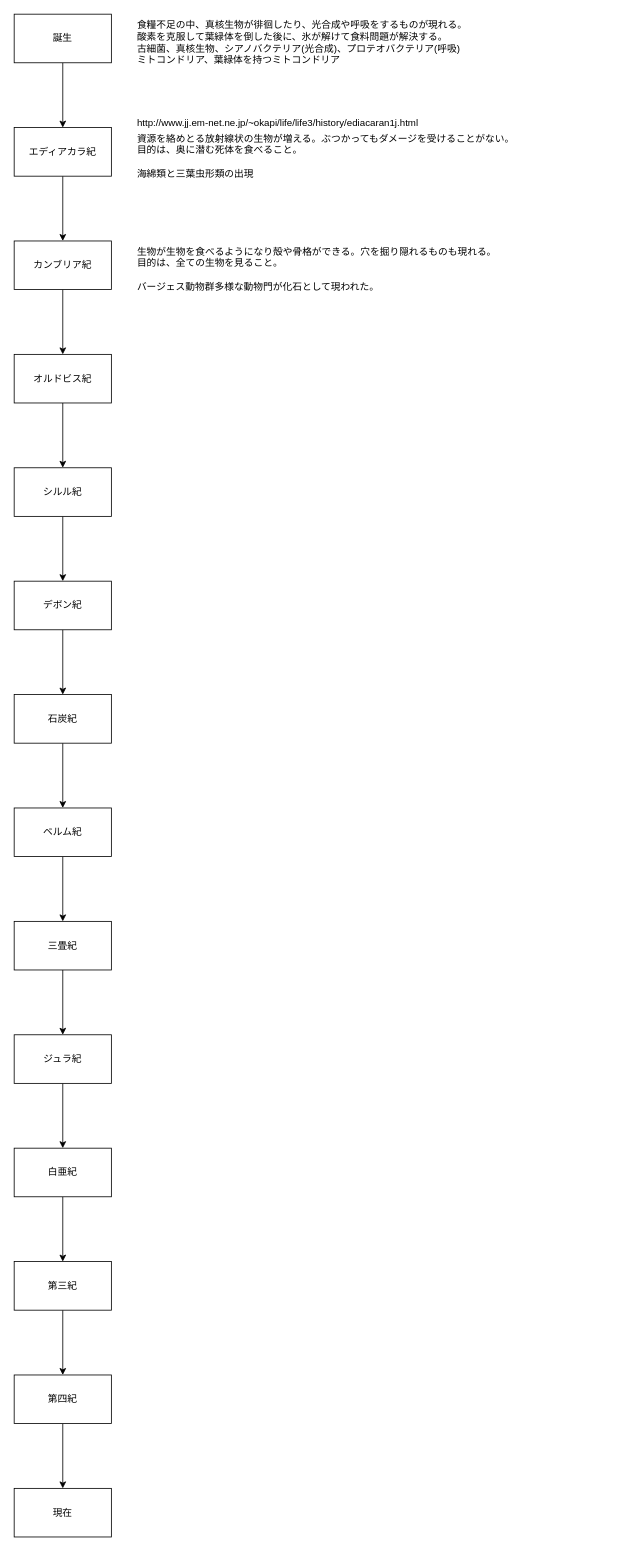
Above: page "全て" (3 of 3) of eater.drawio in idaks1325/eater_design (draw.io), before the change. Source tidied: cells renumbered, new cells numbered last; positions are measured from the earlier drawing's top-left corner, leaving out a move shared by most shapes. Both pictures are drawn from the tidied source at 81%, with x=0, y=0 at pixel (14, 14).
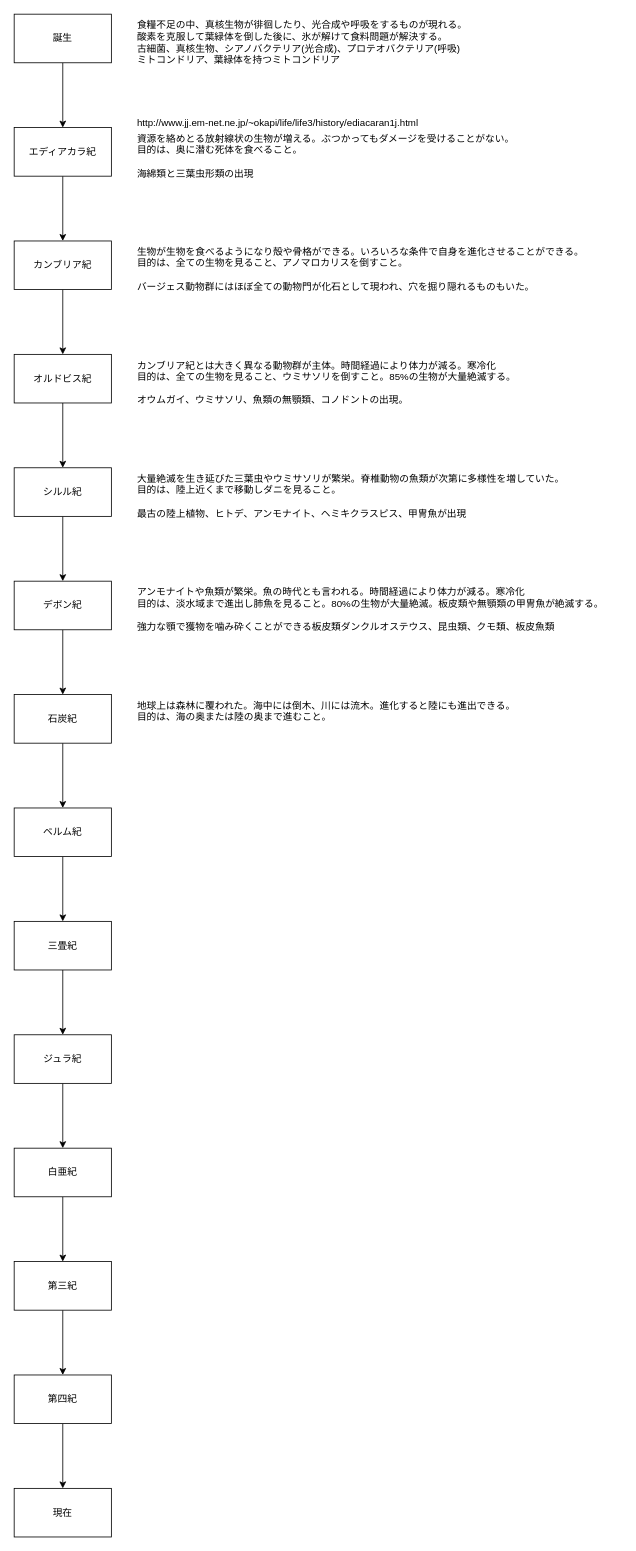
The same diagram, later.

Diff of the diagram source:
```diff
@@
-    <mxCell id="31" value="生物が生物を食べるようになり殻や骨格ができる。穴を掘り隠れるものも現れる。&lt;br&gt;目的は、全ての生物を見ること。&lt;br&gt;&lt;br&gt;バージェス動物群多様な動物門が化石として現われた。" style="text;html=1;strokeColor=none;fillColor=none;align=left;verticalAlign=top;whiteSpace=wrap;rounded=0;" parent="1" vertex="1">
+    <mxCell id="31" value="生物が生物を食べるようになり殻や骨格ができる。いろいろな条件で自身を進化させることができる。&lt;br&gt;目的は、全ての生物を見ること、アノマロカリスを倒すこと。&lt;br&gt;&lt;br&gt;バージェス動物群にはほぼ全ての動物門が化石として現われ、穴を掘り隠れるものもいた。" style="text;html=1;strokeColor=none;fillColor=none;align=left;verticalAlign=top;whiteSpace=wrap;rounded=0;" parent="1" vertex="1">
       <mxGeometry x="150" y="280" width="600" height="60" as="geometry" />
     </mxCell>
@@
+    <mxCell id="33" value="カンブリア紀とは大きく異なる動物群が主体。時間経過により体力が減る。寒冷化&lt;br&gt;目的は、全ての生物を見ること、ウミサソリを倒すこと。85%の生物が大量絶滅する。&lt;br&gt;&lt;br&gt;オウムガイ、ウミサソリ、魚類の無顎類、コノドントの出現。" style="text;html=1;strokeColor=none;fillColor=none;align=left;verticalAlign=top;whiteSpace=wrap;rounded=0;" parent="1" vertex="1">
+      <mxGeometry x="150" y="420" width="600" height="60" as="geometry" />
+    </mxCell>
+    <mxCell id="34" value="大量絶滅を生き延びた三葉虫やウミサソリが繁栄。脊椎動物の魚類が次第に多様性を増していた。&lt;br&gt;目的は、陸上近くまで移動しダニを見ること。&lt;br&gt;&lt;br&gt;最古の陸上植物、ヒトデ、アンモナイト、ヘミキクラスピス、甲冑魚が出現" style="text;html=1;strokeColor=none;fillColor=none;align=left;verticalAlign=top;whiteSpace=wrap;rounded=0;" parent="1" vertex="1">
+      <mxGeometry x="150" y="560" width="600" height="60" as="geometry" />
+    </mxCell>
+    <mxCell id="35" value="アンモナイトや魚類が繁栄。魚の時代とも言われる。時間経過により体力が減る。寒冷化&lt;br&gt;目的は、淡水域まで進出し肺魚を見ること。80%の生物が大量絶滅。板皮類や無顎類の甲冑魚が絶滅する。&lt;br&gt;&lt;br&gt;強力な顎で獲物を噛み砕くことができる板皮類ダンクルオステウス、昆虫類、クモ類、板皮魚類" style="text;html=1;strokeColor=none;fillColor=none;align=left;verticalAlign=top;whiteSpace=wrap;rounded=0;" parent="1" vertex="1">
+      <mxGeometry x="150" y="700" width="600" height="60" as="geometry" />
+    </mxCell>
+    <mxCell id="36" value="地球上は森林に覆われた。海中には倒木、川には流木。進化すると陸にも進出できる。&lt;br&gt;目的は、海の奥または陸の奥まで進むこと。" style="text;html=1;strokeColor=none;fillColor=none;align=left;verticalAlign=top;whiteSpace=wrap;rounded=0;" parent="1" vertex="1">
+      <mxGeometry x="150" y="840" width="600" height="60" as="geometry" />
+    </mxCell>
```
